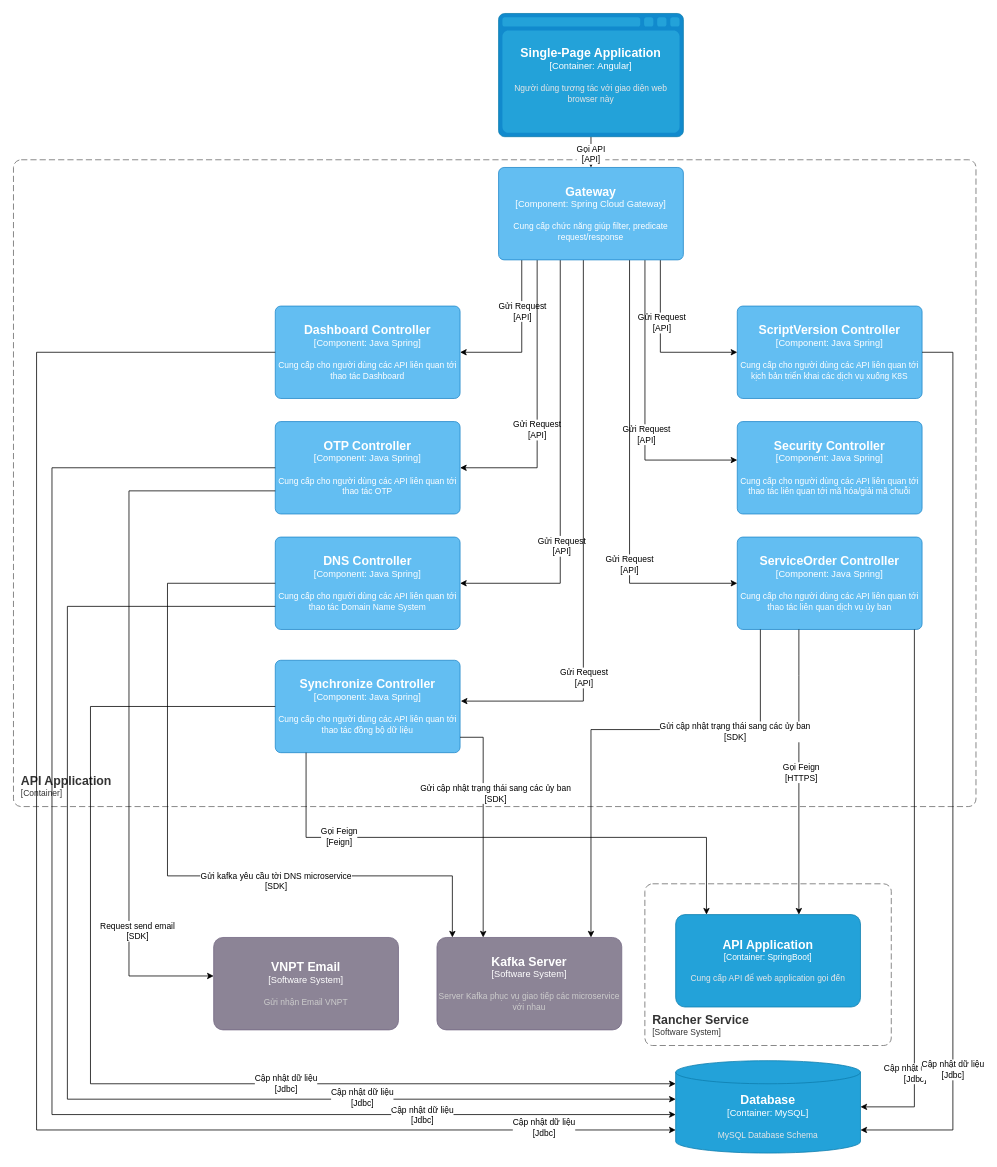
Before: IDG-Portal Lv3 ObjectStorage API Application.drawio in dangngocsoncntt/draw.io, a draw.io diagram. Source tidied: cells renumbered, new cells numbered last; positions are measured from the earlier drawing's top-left corner, leaving out a move shared by most shapes. Both pictures are drawn from the tidied source at 77%, with x=0, y=0 at pixel (13, 13).
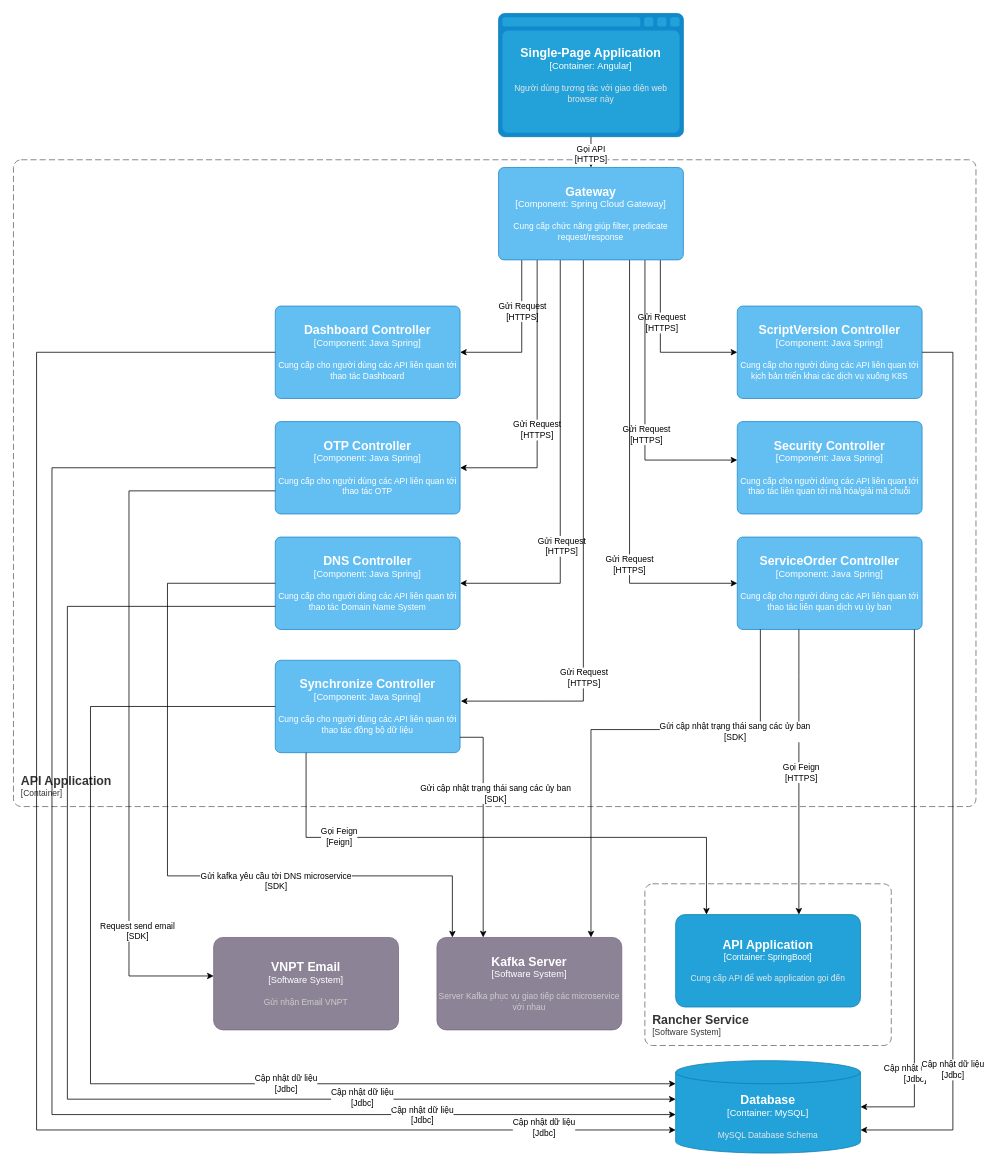
Above is the later version.

The change refers to these unchanged cells:
```xml
<mxCell id="10" style="edgeStyle=orthogonalEdgeStyle;rounded=0;jettySize=auto;html=1;" parent="1" edge="1" target="3">
  <mxGeometry relative="1" as="geometry">
    <mxPoint x="660.1" y="320" as="sourcePoint" />
    <Array as="points">
      <mxPoint x="660" y="440" />
    </Array>
  </mxGeometry>
</mxCell>
<mxCell id="12" style="edgeStyle=orthogonalEdgeStyle;rounded=0;jettySize=auto;html=1;entryX=1;entryY=0.5;entryDx=0;entryDy=0;entryPerimeter=0;" parent="1" edge="1" target="4">
  <mxGeometry relative="1" as="geometry">
    <mxPoint x="680.1" y="320" as="sourcePoint" />
    <Array as="points">
      <mxPoint x="680" y="590" />
    </Array>
  </mxGeometry>
</mxCell>
<mxCell id="14" style="edgeStyle=orthogonalEdgeStyle;rounded=0;jettySize=auto;html=1;entryX=1;entryY=0.5;entryDx=0;entryDy=0;entryPerimeter=0;" parent="1" edge="1" target="5">
  <mxGeometry relative="1" as="geometry">
    <mxPoint x="710.1" y="320" as="sourcePoint" />
    <Array as="points">
      <mxPoint x="710" y="740" />
    </Array>
  </mxGeometry>
</mxCell>
<mxCell id="16" style="edgeStyle=orthogonalEdgeStyle;rounded=0;jettySize=auto;html=1;entryX=1.004;entryY=0.442;entryDx=0;entryDy=0;entryPerimeter=0;" parent="1" edge="1" target="6">
  <mxGeometry relative="1" as="geometry">
    <mxPoint x="740.1" y="320" as="sourcePoint" />
    <Array as="points">
      <mxPoint x="740" y="893" />
    </Array>
  </mxGeometry>
</mxCell>
<mxCell id="18" style="edgeStyle=orthogonalEdgeStyle;rounded=0;jettySize=auto;html=1;" parent="1" edge="1" target="7">
  <mxGeometry relative="1" as="geometry">
    <mxPoint x="840.1" y="320" as="sourcePoint" />
    <Array as="points">
      <mxPoint x="840" y="440" />
    </Array>
  </mxGeometry>
</mxCell>
<mxCell id="20" style="edgeStyle=orthogonalEdgeStyle;rounded=0;jettySize=auto;html=1;" parent="1" edge="1" target="8">
  <mxGeometry relative="1" as="geometry">
    <mxPoint x="820.1" y="320" as="sourcePoint" />
    <Array as="points">
      <mxPoint x="820" y="580" />
    </Array>
  </mxGeometry>
</mxCell>
<mxCell id="22" style="edgeStyle=orthogonalEdgeStyle;rounded=0;jettySize=auto;html=1;entryX=0;entryY=0.5;entryDx=0;entryDy=0;entryPerimeter=0;" parent="1" edge="1" target="9">
  <mxGeometry relative="1" as="geometry">
    <mxPoint x="800.1" y="320" as="sourcePoint" />
    <Array as="points">
      <mxPoint x="800" y="740" />
    </Array>
  </mxGeometry>
</mxCell>
<mxCell id="53" style="edgeStyle=orthogonalEdgeStyle;rounded=0;jettySize=auto;html=1;" parent="1" edge="1" source="55" target="56">
  <mxGeometry relative="1" as="geometry" />
</mxCell>
```

Change to the diagram source:
```diff
@@
-    <mxCell id="11" value="Gửi Request&lt;br style=&quot;border-color: var(--border-color);&quot;&gt;[API]" style="edgeLabel;html=1;align=center;verticalAlign=middle;" parent="10" vertex="1">
+    <mxCell id="11" value="Gửi Request&lt;br style=&quot;border-color: var(--border-color);&quot;&gt;[HTTPS]" style="edgeLabel;html=1;align=center;verticalAlign=middle;" parent="10" vertex="1">
       <mxGeometry x="-0.34" relative="1" as="geometry" />
     </mxCell>
@@
-    <mxCell id="13" value="Gửi Request&lt;br style=&quot;border-color: var(--border-color);&quot;&gt;[API]" style="edgeLabel;html=1;align=center;verticalAlign=middle;" parent="12" vertex="1">
+    <mxCell id="13" value="Gửi Request&lt;br style=&quot;border-color: var(--border-color);&quot;&gt;[HTTPS]" style="edgeLabel;html=1;align=center;verticalAlign=middle;" parent="12" vertex="1">
       <mxGeometry x="0.19" y="-1" relative="1" as="geometry" />
     </mxCell>
@@
-    <mxCell id="15" value="Gửi Request&lt;br style=&quot;border-color: var(--border-color);&quot;&gt;[API]" style="edgeLabel;html=1;align=center;verticalAlign=middle;" parent="14" vertex="1">
+    <mxCell id="15" value="Gửi Request&lt;br style=&quot;border-color: var(--border-color);&quot;&gt;[HTTPS]" style="edgeLabel;html=1;align=center;verticalAlign=middle;" parent="14" vertex="1">
       <mxGeometry x="0.35" y="1" relative="1" as="geometry" />
     </mxCell>
@@
-    <mxCell id="17" value="Gửi Request&lt;br style=&quot;border-color: var(--border-color);&quot;&gt;[API]" style="edgeLabel;html=1;align=center;verticalAlign=middle;" parent="16" vertex="1">
+    <mxCell id="17" value="Gửi Request&lt;br style=&quot;border-color: var(--border-color);&quot;&gt;[HTTPS]" style="edgeLabel;html=1;align=center;verticalAlign=middle;" parent="16" vertex="1">
       <mxGeometry x="0.48" relative="1" as="geometry" />
     </mxCell>
@@
-    <mxCell id="19" value="Gửi Request&lt;br style=&quot;border-color: var(--border-color);&quot;&gt;[API]" style="edgeLabel;html=1;align=center;verticalAlign=middle;" parent="18" vertex="1">
+    <mxCell id="19" value="Gửi Request&lt;br style=&quot;border-color: var(--border-color);&quot;&gt;[HTTPS]" style="edgeLabel;html=1;align=center;verticalAlign=middle;" parent="18" vertex="1">
       <mxGeometry x="-0.26" y="1" relative="1" as="geometry" />
     </mxCell>
@@
-    <mxCell id="21" value="Gửi Request&lt;br style=&quot;border-color: var(--border-color);&quot;&gt;[API]" style="edgeLabel;html=1;align=center;verticalAlign=middle;" parent="20" vertex="1">
+    <mxCell id="21" value="Gửi Request&lt;br style=&quot;border-color: var(--border-color);&quot;&gt;[HTTPS]" style="edgeLabel;html=1;align=center;verticalAlign=middle;" parent="20" vertex="1">
       <mxGeometry x="0.19" y="1" relative="1" as="geometry" />
     </mxCell>
@@
-    <mxCell id="23" value="Gửi Request&lt;br style=&quot;border-color: var(--border-color);&quot;&gt;[API]" style="edgeLabel;html=1;align=center;verticalAlign=middle;" parent="22" vertex="1">
+    <mxCell id="23" value="Gửi Request&lt;br style=&quot;border-color: var(--border-color);&quot;&gt;[HTTPS]" style="edgeLabel;html=1;align=center;verticalAlign=middle;" parent="22" vertex="1">
       <mxGeometry x="0.41" y="-1" relative="1" as="geometry" />
     </mxCell>
@@
-    <mxCell id="54" value="Gọi API&lt;br&gt;[API]" style="edgeLabel;html=1;align=center;verticalAlign=middle;" parent="53" vertex="1">
+    <mxCell id="54" value="Gọi API&lt;br&gt;[HTTPS]" style="edgeLabel;html=1;align=center;verticalAlign=middle;" parent="53" vertex="1">
       <mxGeometry x="0.12" y="-1" relative="1" as="geometry" />
     </mxCell>
```
